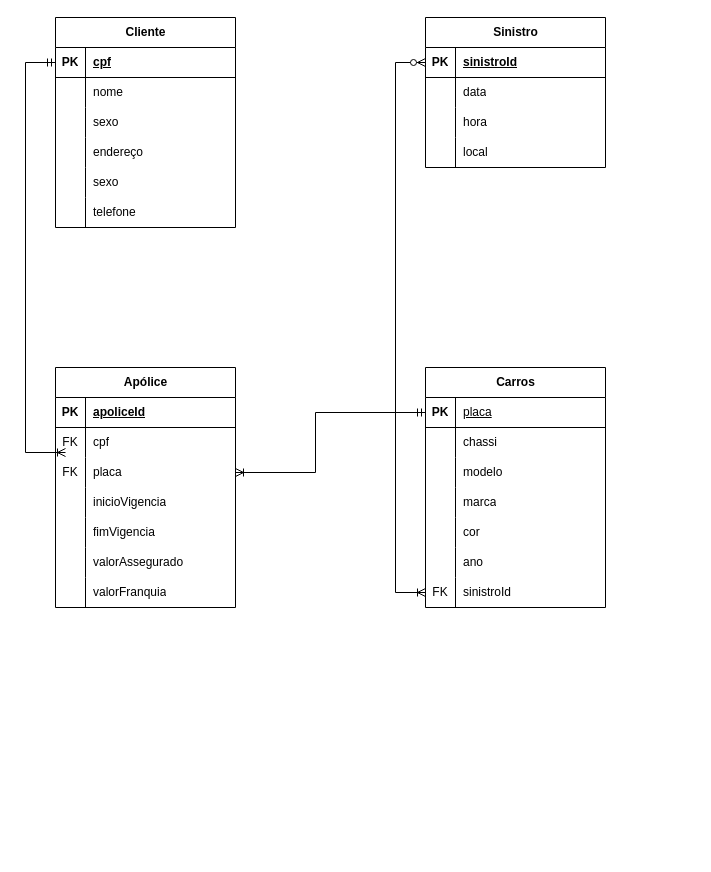
Earlier version of the draw.io diagram 19 08/Ex1.drawio (CaioLopesxd/BancoDeDados1-Satc). Source tidied: cells renumbered, new cells numbered last; positions are measured from the earlier drawing's top-left corner, leaving out a move shared by most shapes. Both pictures are drawn from the tidied source at 100%, with x=0, y=0 at pixel (25, 17).
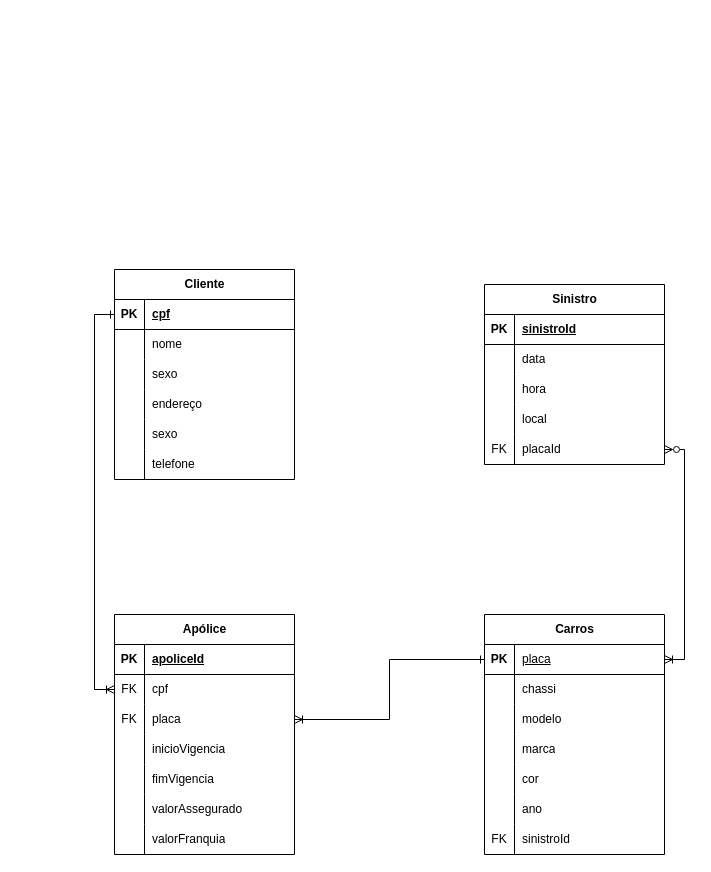
Above is the later version.

Commit message (it also covers changes not shown here):
botando em dia

Unchanged cells that the change refers to:
```xml
<mxCell id="3" style="shape=tableRow;horizontal=0;startSize=0;swimlaneHead=0;swimlaneBody=0;fillColor=none;points=[[0,0.5],[1,0.5]];portConstraint=eastwest;top=0;left=0;right=0;bottom=1;" parent="2" vertex="1">
  <mxGeometry y="30" width="180" height="30" as="geometry" />
</mxCell>
<mxCell id="22" style="shape=tableRow;horizontal=0;startSize=0;swimlaneHead=0;swimlaneBody=0;fillColor=none;points=[[0,0.5],[1,0.5]];portConstraint=eastwest;top=0;left=0;right=0;bottom=1;" parent="21" vertex="1">
  <mxGeometry y="30" width="180" height="30" as="geometry" />
</mxCell>
<mxCell id="40" style="shape=tableRow;horizontal=0;startSize=0;swimlaneHead=0;swimlaneBody=0;fillColor=none;points=[[0,0.5],[1,0.5]];portConstraint=eastwest;top=0;left=0;right=0;bottom=0;" parent="21" vertex="1">
  <mxGeometry y="210" width="180" height="30" as="geometry" />
</mxCell>
<mxCell id="44" style="shape=tableRow;horizontal=0;startSize=0;swimlaneHead=0;swimlaneBody=0;fillColor=none;points=[[0,0.5],[1,0.5]];portConstraint=eastwest;top=0;left=0;right=0;bottom=1;" parent="43" vertex="1">
  <mxGeometry y="30" width="180" height="30" as="geometry" />
</mxCell>
<mxCell id="60" style="shape=tableRow;horizontal=0;startSize=0;swimlaneHead=0;swimlaneBody=0;fillColor=none;points=[[0,0.5],[1,0.5]];portConstraint=eastwest;top=0;left=0;right=0;bottom=0;" parent="56" vertex="1">
  <mxGeometry y="60" width="180" height="30" as="geometry" />
</mxCell>
<mxCell id="63" style="shape=tableRow;horizontal=0;startSize=0;swimlaneHead=0;swimlaneBody=0;fillColor=none;points=[[0,0.5],[1,0.5]];portConstraint=eastwest;top=0;left=0;right=0;bottom=0;" parent="56" vertex="1">
  <mxGeometry y="90" width="180" height="30" as="geometry" />
</mxCell>
```

What changed in the source:
```diff
@@
     <mxCell id="2" value="&lt;div&gt;Cliente&lt;/div&gt;" style="shape=table;startSize=30;childLayout=tableLayout;rowLines=0;fontStyle=1;align=center;html=1;" parent="1" vertex="1">
-      <mxGeometry x="30" width="180" height="210" as="geometry" />
+      <mxGeometry x="89" y="252" width="180" height="210" as="geometry" />
     </mxCell>
@@
     <mxCell id="21" value="Carros" style="shape=table;startSize=30;childLayout=tableLayout;rowLines=0;fontStyle=1;align=center;html=1;" parent="1" vertex="1">
-      <mxGeometry x="400" y="350" width="180" height="240" as="geometry" />
+      <mxGeometry x="459" y="597" width="180" height="240" as="geometry" />
     </mxCell>
@@
     <mxCell id="43" value="Sinistro" style="shape=table;startSize=30;childLayout=tableLayout;rowLines=0;fontStyle=1;align=center;html=1;" parent="1" vertex="1">
-      <mxGeometry x="400" width="180" height="150" as="geometry" />
+      <mxGeometry x="459" y="267" width="180" height="180" as="geometry" />
     </mxCell>
@@
+    <mxCell id="81" style="shape=tableRow;horizontal=0;startSize=0;swimlaneHead=0;swimlaneBody=0;fillColor=none;points=[[0,0.5],[1,0.5]];portConstraint=eastwest;top=0;left=0;right=0;bottom=0;" parent="43" vertex="1">
+      <mxGeometry y="150" width="180" height="30" as="geometry" />
+    </mxCell>
+    <mxCell id="82" value="FK" style="shape=partialRectangle;fillColor=none;top=0;left=0;bottom=0;right=0;overflow=hidden;whiteSpace=wrap;html=1;" parent="81" vertex="1">
+      <mxGeometry width="30" height="30" as="geometry" />
+    </mxCell>
+    <mxCell id="83" value="placaId" style="shape=partialRectangle;fillColor=none;top=0;left=0;bottom=0;right=0;align=left;spacingLeft=6;overflow=hidden;whiteSpace=wrap;html=1;" parent="81" vertex="1">
+      <mxGeometry x="30" width="150" height="30" as="geometry" />
+    </mxCell>
     <mxCell id="56" value="Apólice" style="shape=table;startSize=30;childLayout=tableLayout;rowLines=0;fontStyle=1;align=center;html=1;" parent="1" vertex="1">
-      <mxGeometry x="30" y="350" width="180" height="240" as="geometry" />
+      <mxGeometry x="89" y="597" width="180" height="240" as="geometry" />
     </mxCell>
@@
-    <mxCell id="78" style="edgeStyle=orthogonalEdgeStyle;fontSize=12;html=1;endArrow=ERoneToMany;startArrow=ERmandOne;rounded=0;entryX=0;entryY=0.5;entryDx=0;entryDy=0;exitX=0;exitY=0.5;exitDx=0;exitDy=0;" parent="1" edge="1" source="3">
-      <mxGeometry relative="1" as="geometry">
-        <mxPoint x="40" y="435" as="targetPoint" />
-        <Array as="points">
-          <mxPoint y="45" />
-          <mxPoint y="435" />
-        </Array>
-      </mxGeometry>
-    </mxCell>
+    <mxCell id="84" style="edgeStyle=orthogonalEdgeStyle;rounded=0;jettySize=auto;html=1;exitX=0;exitY=0.5;exitDx=0;exitDy=0;entryX=0;entryY=0.5;entryDx=0;entryDy=0;endArrow=ERoneToMany;endFill=0;startArrow=ERone;startFill=0;" parent="1" edge="1" source="3" target="60">
+      <mxGeometry relative="1" as="geometry" />
+    </mxCell>
-    <mxCell id="79" style="edgeStyle=orthogonalEdgeStyle;fontSize=12;html=1;endArrow=ERoneToMany;startArrow=ERmandOne;rounded=0;entryX=1;entryY=0.5;entryDx=0;entryDy=0;exitX=0;exitY=0.5;exitDx=0;exitDy=0;" parent="1" edge="1" source="22" target="63">
-      <mxGeometry relative="1" as="geometry">
-        <Array as="points">
-          <mxPoint x="290" y="395" />
-          <mxPoint x="290" y="455" />
-        </Array>
-      </mxGeometry>
+    <mxCell id="79" style="edgeStyle=orthogonalEdgeStyle;rounded=0;jettySize=auto;html=1;exitX=0;exitY=0.5;exitDx=0;exitDy=0;entryX=1;entryY=0.5;entryDx=0;entryDy=0;startArrow=ERone;startFill=0;endArrow=ERoneToMany;endFill=0;" parent="1" edge="1" source="22" target="63">
+      <mxGeometry relative="1" as="geometry" />
     </mxCell>
-    <mxCell id="80" style="edgeStyle=orthogonalEdgeStyle;fontSize=12;html=1;endArrow=ERoneToMany;startArrow=ERzeroToMany;rounded=0;exitX=0;exitY=0.5;exitDx=0;exitDy=0;entryX=0;entryY=0.5;entryDx=0;entryDy=0;" parent="1" edge="1" source="44" target="40">
-      <mxGeometry relative="1" as="geometry">
-        <Array as="points">
-          <mxPoint x="370" y="45" />
-          <mxPoint x="370" y="575" />
-        </Array>
-      </mxGeometry>
-    </mxCell>
+    <mxCell id="85" style="edgeStyle=orthogonalEdgeStyle;rounded=0;jettySize=auto;html=1;exitX=1;exitY=0.5;exitDx=0;exitDy=0;entryX=1;entryY=0.5;entryDx=0;entryDy=0;endArrow=ERzeroToMany;endFill=0;startArrow=ERoneToMany;startFill=0;" parent="1" edge="1" source="22" target="81">
+      <mxGeometry relative="1" as="geometry" />
+    </mxCell>
```
